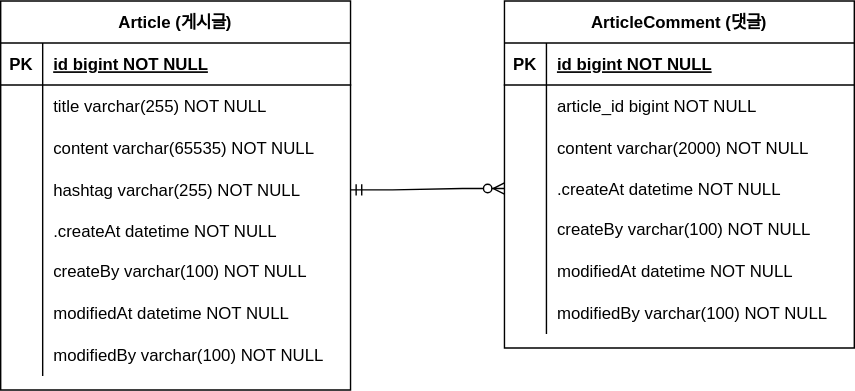
w0nnie/guide-for-board keeps this draw.io diagram as document/guide-board-erd.svg. Above is the earlier version. Source tidied: cells renumbered, new cells last; positions are measured from the earlier drawing's top-left corner, leaving out a move shared by most shapes.
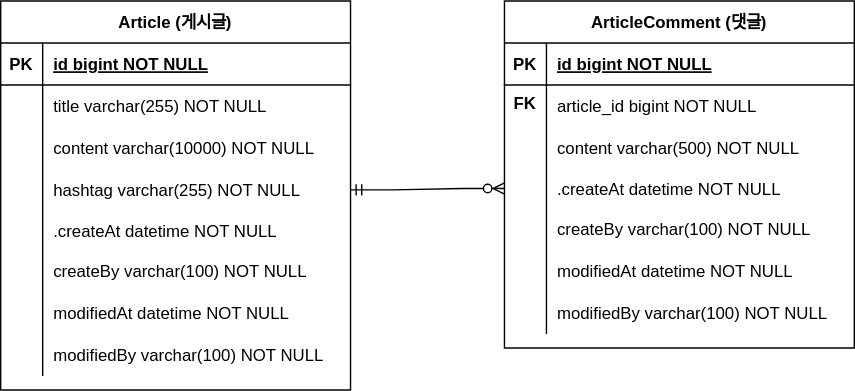
Above is the later version.

What changed in the source:
```diff
@@ -29,7 +29,7 @@
     <mxCell id="10" style="shape=partialRectangle;overflow=hidden;fillColor=none;top=0;left=0;bottom=0;right=0;" parent="9" vertex="1">
       <mxGeometry width="30" height="30" as="geometry" />
     </mxCell>
-    <mxCell id="11" value="content varchar(65535) NOT NULL" style="shape=partialRectangle;overflow=hidden;fillColor=none;top=0;left=0;bottom=0;right=0;align=left;spacingLeft=6;fontStyle=0;" parent="9" vertex="1">
+    <mxCell id="11" value="content varchar(10000) NOT NULL" style="shape=partialRectangle;overflow=hidden;fillColor=none;top=0;left=0;bottom=0;right=0;align=left;spacingLeft=6;fontStyle=0;" parent="9" vertex="1">
       <mxGeometry x="30" width="220" height="30" as="geometry" />
     </mxCell>
     <mxCell id="12" style="shape=partialRectangle;fillColor=none;points=[[0,0.5],[1,0.5]];portConstraint=eastwest;top=0;left=0;right=0;bottom=0;" parent="2" vertex="1">
@@ -104,7 +104,7 @@
     <mxCell id="35" style="shape=partialRectangle;overflow=hidden;fillColor=none;top=0;left=0;bottom=0;right=0;" parent="34" vertex="1">
       <mxGeometry width="30" height="30" as="geometry" />
     </mxCell>
-    <mxCell id="36" value="content varchar(2000) NOT NULL" style="shape=partialRectangle;overflow=hidden;fillColor=none;top=0;left=0;bottom=0;right=0;align=left;spacingLeft=6;fontStyle=0;" parent="34" vertex="1">
+    <mxCell id="36" value="content varchar(500) NOT NULL" style="shape=partialRectangle;overflow=hidden;fillColor=none;top=0;left=0;bottom=0;right=0;align=left;spacingLeft=6;fontStyle=0;" parent="34" vertex="1">
       <mxGeometry x="30" width="220" height="30" as="geometry" />
     </mxCell>
     <mxCell id="37" style="shape=partialRectangle;fillColor=none;points=[[0,0.5],[1,0.5]];portConstraint=eastwest;top=0;left=0;right=0;bottom=0;" parent="27" vertex="1">
@@ -150,5 +150,8 @@
         </Array>
       </mxGeometry>
     </mxCell>
+    <mxCell id="50" value="FK" style="shape=partialRectangle;overflow=hidden;fillColor=none;top=0;left=0;bottom=0;right=0;fontStyle=1;" parent="1" vertex="1">
+      <mxGeometry x="360" y="58" width="30" height="30" as="geometry" />
+    </mxCell>
   </root>
 </mxGraphModel>
```
